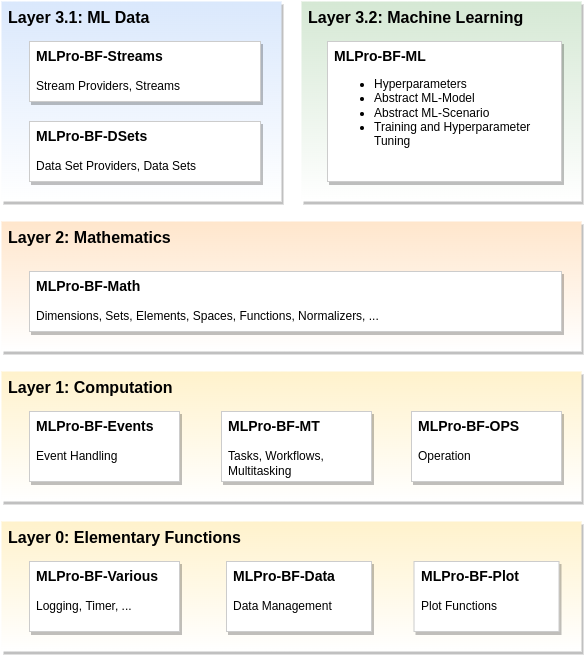
Earlier version of the draw.io export doc/rtd/content/bf/images/MLPro-BF_Overview.drawio.png (fhswf/MLPro). Source tidied: cells renumbered, new cells last; positions are measured from the earlier drawing's top-left corner, leaving out a move shared by most shapes. Source of this version:
```xml
<mxGraphModel>
  <root>
    <mxCell id="0" />
    <mxCell id="1" parent="0" />
    <mxCell id="2" value="Layer 0: Elementary Functions" style="rounded=0;whiteSpace=wrap;html=1;shadow=1;glass=0;fontSize=16;align=left;labelPosition=center;verticalLabelPosition=middle;verticalAlign=top;spacingLeft=5;fontStyle=1;strokeColor=none;fillColor=#fff2cc;strokeWidth=1;fontFamily=Helvetica;gradientColor=#FFFFFF;" parent="1" vertex="1">
      <mxGeometry y="520" width="580" height="130" as="geometry" />
    </mxCell>
    <mxCell id="3" value="Layer 3.2: Machine Learning" style="rounded=0;whiteSpace=wrap;html=1;shadow=1;glass=0;fontSize=16;align=left;labelPosition=center;verticalLabelPosition=middle;verticalAlign=top;spacingLeft=5;spacingRight=5;fontStyle=1;fillColor=#d5e8d4;strokeColor=none;gradientColor=#FFFFFF;strokeWidth=1;" parent="1" vertex="1">
      <mxGeometry x="300" width="280" height="200" as="geometry" />
    </mxCell>
    <mxCell id="4" value="Layer 3.1: ML Data" style="rounded=0;whiteSpace=wrap;html=1;shadow=1;glass=0;fontSize=16;align=left;labelPosition=center;verticalLabelPosition=middle;verticalAlign=top;spacingLeft=5;spacingRight=5;fontStyle=1;fillColor=#dae8fc;strokeColor=none;strokeWidth=2;gradientColor=#FFFFFF;" parent="1" vertex="1">
      <mxGeometry width="280" height="200" as="geometry" />
    </mxCell>
    <mxCell id="5" value="Layer 2: Mathematics" style="rounded=0;whiteSpace=wrap;html=1;shadow=1;glass=0;fontSize=16;align=left;labelPosition=center;verticalLabelPosition=middle;verticalAlign=top;spacingLeft=5;fontStyle=1;fillColor=#ffe6cc;strokeColor=none;strokeWidth=1;gradientColor=#FFFFFF;" parent="1" vertex="1">
      <mxGeometry y="220" width="580" height="130" as="geometry" />
    </mxCell>
    <mxCell id="6" value="Layer 1: Computation" style="rounded=0;whiteSpace=wrap;html=1;shadow=1;glass=0;fontSize=16;align=left;labelPosition=center;verticalLabelPosition=middle;verticalAlign=top;spacingLeft=5;fontStyle=1;fillColor=#fff2cc;strokeColor=none;strokeWidth=1;gradientColor=#FFFFFF;" parent="1" vertex="1">
      <mxGeometry y="370" width="580" height="130" as="geometry" />
    </mxCell>
    <mxCell id="7" value="&lt;font style=&quot;font-size: 14px;&quot;&gt;MLPro-BF-Various&lt;/font&gt;&lt;br&gt;&lt;span style=&quot;font-weight: normal;&quot;&gt;&lt;br&gt;Logging, Timer, ...&lt;/span&gt;" style="rounded=0;whiteSpace=wrap;html=1;glass=0;shadow=1;align=left;verticalAlign=top;fontStyle=1;spacingLeft=5;strokeColor=#CCCCCC;" parent="1" vertex="1">
      <mxGeometry x="28" y="560" width="150" height="70" as="geometry" />
    </mxCell>
    <mxCell id="8" value="&lt;font style=&quot;font-size: 14px;&quot;&gt;MLPro-BF-Math&lt;br&gt;&lt;/font&gt;&lt;span style=&quot;font-weight: normal;&quot;&gt;&lt;br&gt;Dimensions, Sets, Elements, Spaces, Functions, Normalizers, ...&lt;/span&gt;" style="rounded=0;whiteSpace=wrap;html=1;glass=0;shadow=1;align=left;verticalAlign=top;fontStyle=1;spacingLeft=5;strokeColor=#CCCCCC;" parent="1" vertex="1">
      <mxGeometry x="28" y="270" width="532" height="60" as="geometry" />
    </mxCell>
    <mxCell id="9" value="&lt;font style=&quot;font-size: 14px;&quot;&gt;MLPro-BF-Events&lt;/font&gt;&lt;br&gt;&lt;br&gt;&lt;span style=&quot;font-weight: normal;&quot;&gt;Event Handling&lt;/span&gt;" style="rounded=0;whiteSpace=wrap;html=1;glass=0;shadow=1;align=left;verticalAlign=top;fontStyle=1;spacingLeft=5;strokeColor=#CCCCCC;" parent="1" vertex="1">
      <mxGeometry x="28" y="410" width="150" height="70" as="geometry" />
    </mxCell>
    <mxCell id="10" value="&lt;font style=&quot;font-size: 14px;&quot;&gt;MLPro-BF-MT &lt;/font&gt;&lt;br&gt;&lt;br&gt;&lt;span style=&quot;font-weight: normal;&quot;&gt;Tasks, Workflows, Multitasking&amp;nbsp;&lt;/span&gt;" style="rounded=0;whiteSpace=wrap;html=1;glass=0;shadow=1;align=left;verticalAlign=top;fontStyle=1;spacingLeft=5;strokeColor=#CCCCCC;" parent="1" vertex="1">
      <mxGeometry x="220" y="410" width="150" height="70" as="geometry" />
    </mxCell>
    <mxCell id="11" value="&lt;font style=&quot;font-size: 14px;&quot;&gt;MLPro-BF-Streams&lt;/font&gt;&lt;br&gt;&lt;br&gt;&lt;span style=&quot;font-weight: normal;&quot;&gt;Stream Providers, Streams&lt;/span&gt;" style="rounded=0;whiteSpace=wrap;html=1;glass=0;shadow=1;align=left;verticalAlign=top;fontStyle=1;spacingLeft=5;strokeColor=#CCCCCC;" parent="1" vertex="1">
      <mxGeometry x="28" y="40" width="231" height="60" as="geometry" />
    </mxCell>
    <mxCell id="12" value="&lt;font style=&quot;font-size: 14px;&quot;&gt;MLPro-BF-Data&lt;/font&gt;&lt;br&gt;&lt;span style=&quot;font-weight: normal;&quot;&gt;&lt;br&gt;Data Management&lt;/span&gt;" style="rounded=0;whiteSpace=wrap;html=1;glass=0;shadow=1;align=left;verticalAlign=top;fontStyle=1;spacingLeft=5;strokeColor=#CCCCCC;" parent="1" vertex="1">
      <mxGeometry x="225" y="560" width="145" height="70" as="geometry" />
    </mxCell>
    <mxCell id="13" value="&lt;font style=&quot;font-size: 14px;&quot;&gt;MLPro-BF-ML&lt;/font&gt;&lt;span style=&quot;background-color: initial; font-weight: normal;&quot;&gt;&lt;br&gt;&lt;ul&gt;&lt;li&gt;&lt;span style=&quot;background-color: initial; font-weight: normal;&quot;&gt;Hyperparameters&lt;/span&gt;&lt;/li&gt;&lt;li&gt;&lt;span style=&quot;background-color: initial; font-weight: normal;&quot;&gt;Abstract ML-Model&lt;/span&gt;&lt;/li&gt;&lt;li&gt;&lt;span style=&quot;background-color: initial; font-weight: normal;&quot;&gt;Abstract ML-Scenario&lt;/span&gt;&lt;/li&gt;&lt;li&gt;&lt;span style=&quot;background-color: initial; font-weight: normal;&quot;&gt;Training and Hyperparameter Tuning&lt;/span&gt;&lt;/li&gt;&lt;/ul&gt;&lt;/span&gt;&lt;blockquote style=&quot;margin: 0 0 0 40px; border: none; padding: 0px;&quot;&gt;&lt;/blockquote&gt;&lt;blockquote style=&quot;margin: 0 0 0 40px; border: none; padding: 0px;&quot;&gt;&lt;/blockquote&gt;" style="rounded=0;whiteSpace=wrap;html=1;glass=0;shadow=1;align=left;verticalAlign=top;fontStyle=1;spacingLeft=5;strokeColor=#CCCCCC;" parent="1" vertex="1">
      <mxGeometry x="326" y="40" width="234" height="140" as="geometry" />
    </mxCell>
    <mxCell id="14" value="&lt;font style=&quot;font-size: 14px;&quot;&gt;MLPro-BF-Plot&lt;/font&gt;&lt;br&gt;&lt;span style=&quot;font-weight: normal;&quot;&gt;&lt;br&gt;Plot Functions&lt;/span&gt;" style="rounded=0;whiteSpace=wrap;html=1;glass=0;shadow=1;align=left;verticalAlign=top;fontStyle=1;spacingLeft=5;strokeColor=#CCCCCC;" parent="1" vertex="1">
      <mxGeometry x="412.5" y="560" width="145" height="70" as="geometry" />
    </mxCell>
    <mxCell id="15" value="&lt;font style=&quot;font-size: 14px;&quot;&gt;MLPro-BF-DSets&lt;/font&gt;&lt;br&gt;&lt;br&gt;&lt;span style=&quot;font-weight: normal;&quot;&gt;Data Set Providers, Data Sets&lt;/span&gt;" style="rounded=0;whiteSpace=wrap;html=1;glass=0;shadow=1;align=left;verticalAlign=top;fontStyle=1;spacingLeft=5;strokeColor=#CCCCCC;" parent="1" vertex="1">
      <mxGeometry x="28" y="120" width="231" height="60" as="geometry" />
    </mxCell>
    <mxCell id="16" value="&lt;span style=&quot;font-size: 14px;&quot;&gt;MLPro-BF-OPS&lt;br&gt;&lt;/span&gt;&lt;br&gt;&lt;span style=&quot;font-weight: normal;&quot;&gt;Operation&lt;/span&gt;" style="rounded=0;whiteSpace=wrap;html=1;glass=0;shadow=1;align=left;verticalAlign=top;fontStyle=1;spacingLeft=5;strokeColor=#CCCCCC;" parent="1" vertex="1">
      <mxGeometry x="410" y="410" width="150" height="70" as="geometry" />
    </mxCell>
  </root>
</mxGraphModel>
```
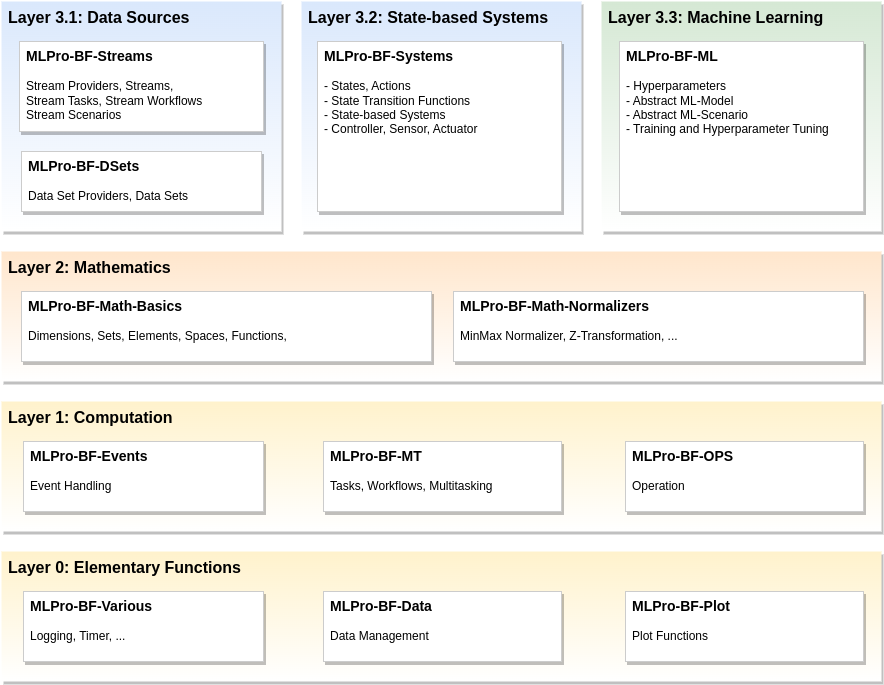
The same diagram one commit later.

Commit message:
ReadTheDocs - Basic Functions #149

What changed in the source:
```diff
@@ -3,49 +3,58 @@
     <mxCell id="0" />
     <mxCell id="1" parent="0" />
     <mxCell id="2" value="Layer 0: Elementary Functions" style="rounded=0;whiteSpace=wrap;html=1;shadow=1;glass=0;fontSize=16;align=left;labelPosition=center;verticalLabelPosition=middle;verticalAlign=top;spacingLeft=5;fontStyle=1;strokeColor=none;fillColor=#fff2cc;strokeWidth=1;fontFamily=Helvetica;gradientColor=#FFFFFF;" parent="1" vertex="1">
-      <mxGeometry y="520" width="580" height="130" as="geometry" />
+      <mxGeometry y="520" width="880" height="130" as="geometry" />
     </mxCell>
-    <mxCell id="3" value="Layer 3.2: Machine Learning" style="rounded=0;whiteSpace=wrap;html=1;shadow=1;glass=0;fontSize=16;align=left;labelPosition=center;verticalLabelPosition=middle;verticalAlign=top;spacingLeft=5;spacingRight=5;fontStyle=1;fillColor=#d5e8d4;strokeColor=none;gradientColor=#FFFFFF;strokeWidth=1;" parent="1" vertex="1">
-      <mxGeometry x="300" width="280" height="200" as="geometry" />
-    </mxCell>
-    <mxCell id="4" value="Layer 3.1: ML Data" style="rounded=0;whiteSpace=wrap;html=1;shadow=1;glass=0;fontSize=16;align=left;labelPosition=center;verticalLabelPosition=middle;verticalAlign=top;spacingLeft=5;spacingRight=5;fontStyle=1;fillColor=#dae8fc;strokeColor=none;strokeWidth=2;gradientColor=#FFFFFF;" parent="1" vertex="1">
-      <mxGeometry width="280" height="200" as="geometry" />
+    <mxCell id="4" value="Layer 3.1: Data Sources" style="rounded=0;whiteSpace=wrap;html=1;shadow=1;glass=0;fontSize=16;align=left;labelPosition=center;verticalLabelPosition=middle;verticalAlign=top;spacingLeft=5;spacingRight=5;fontStyle=1;fillColor=#dae8fc;strokeColor=none;strokeWidth=2;gradientColor=#FFFFFF;" parent="1" vertex="1">
+      <mxGeometry y="-30" width="280" height="230" as="geometry" />
     </mxCell>
     <mxCell id="5" value="Layer 2: Mathematics" style="rounded=0;whiteSpace=wrap;html=1;shadow=1;glass=0;fontSize=16;align=left;labelPosition=center;verticalLabelPosition=middle;verticalAlign=top;spacingLeft=5;fontStyle=1;fillColor=#ffe6cc;strokeColor=none;strokeWidth=1;gradientColor=#FFFFFF;" parent="1" vertex="1">
-      <mxGeometry y="220" width="580" height="130" as="geometry" />
+      <mxGeometry y="220" width="880" height="130" as="geometry" />
     </mxCell>
     <mxCell id="6" value="Layer 1: Computation" style="rounded=0;whiteSpace=wrap;html=1;shadow=1;glass=0;fontSize=16;align=left;labelPosition=center;verticalLabelPosition=middle;verticalAlign=top;spacingLeft=5;fontStyle=1;fillColor=#fff2cc;strokeColor=none;strokeWidth=1;gradientColor=#FFFFFF;" parent="1" vertex="1">
-      <mxGeometry y="370" width="580" height="130" as="geometry" />
+      <mxGeometry y="370" width="880" height="130" as="geometry" />
     </mxCell>
     <mxCell id="7" value="&lt;font style=&quot;font-size: 14px;&quot;&gt;MLPro-BF-Various&lt;/font&gt;&lt;br&gt;&lt;span style=&quot;font-weight: normal;&quot;&gt;&lt;br&gt;Logging, Timer, ...&lt;/span&gt;" style="rounded=0;whiteSpace=wrap;html=1;glass=0;shadow=1;align=left;verticalAlign=top;fontStyle=1;spacingLeft=5;strokeColor=#CCCCCC;" parent="1" vertex="1">
-      <mxGeometry x="28" y="560" width="150" height="70" as="geometry" />
+      <mxGeometry x="22" y="560" width="240" height="70" as="geometry" />
     </mxCell>
-    <mxCell id="8" value="&lt;font style=&quot;font-size: 14px;&quot;&gt;MLPro-BF-Math&lt;br&gt;&lt;/font&gt;&lt;span style=&quot;font-weight: normal;&quot;&gt;&lt;br&gt;Dimensions, Sets, Elements, Spaces, Functions, Normalizers, ...&lt;/span&gt;" style="rounded=0;whiteSpace=wrap;html=1;glass=0;shadow=1;align=left;verticalAlign=top;fontStyle=1;spacingLeft=5;strokeColor=#CCCCCC;" parent="1" vertex="1">
-      <mxGeometry x="28" y="270" width="532" height="60" as="geometry" />
+    <mxCell id="8" value="&lt;font style=&quot;font-size: 14px;&quot;&gt;MLPro-BF-Math-Basics&lt;br&gt;&lt;/font&gt;&lt;span style=&quot;font-weight: normal;&quot;&gt;&lt;br&gt;Dimensions, Sets, Elements, Spaces, Functions,&amp;nbsp;&lt;/span&gt;" style="rounded=0;whiteSpace=wrap;html=1;glass=0;shadow=1;align=left;verticalAlign=top;fontStyle=1;spacingLeft=5;strokeColor=#CCCCCC;" parent="1" vertex="1">
+      <mxGeometry x="20" y="260" width="410" height="70" as="geometry" />
     </mxCell>
     <mxCell id="9" value="&lt;font style=&quot;font-size: 14px;&quot;&gt;MLPro-BF-Events&lt;/font&gt;&lt;br&gt;&lt;br&gt;&lt;span style=&quot;font-weight: normal;&quot;&gt;Event Handling&lt;/span&gt;" style="rounded=0;whiteSpace=wrap;html=1;glass=0;shadow=1;align=left;verticalAlign=top;fontStyle=1;spacingLeft=5;strokeColor=#CCCCCC;" parent="1" vertex="1">
-      <mxGeometry x="28" y="410" width="150" height="70" as="geometry" />
+      <mxGeometry x="22" y="410" width="240" height="70" as="geometry" />
     </mxCell>
     <mxCell id="10" value="&lt;font style=&quot;font-size: 14px;&quot;&gt;MLPro-BF-MT &lt;/font&gt;&lt;br&gt;&lt;br&gt;&lt;span style=&quot;font-weight: normal;&quot;&gt;Tasks, Workflows, Multitasking&amp;nbsp;&lt;/span&gt;" style="rounded=0;whiteSpace=wrap;html=1;glass=0;shadow=1;align=left;verticalAlign=top;fontStyle=1;spacingLeft=5;strokeColor=#CCCCCC;" parent="1" vertex="1">
-      <mxGeometry x="220" y="410" width="150" height="70" as="geometry" />
+      <mxGeometry x="322" y="410" width="238" height="70" as="geometry" />
     </mxCell>
-    <mxCell id="11" value="&lt;font style=&quot;font-size: 14px;&quot;&gt;MLPro-BF-Streams&lt;/font&gt;&lt;br&gt;&lt;br&gt;&lt;span style=&quot;font-weight: normal;&quot;&gt;Stream Providers, Streams&lt;/span&gt;" style="rounded=0;whiteSpace=wrap;html=1;glass=0;shadow=1;align=left;verticalAlign=top;fontStyle=1;spacingLeft=5;strokeColor=#CCCCCC;" parent="1" vertex="1">
-      <mxGeometry x="28" y="40" width="231" height="60" as="geometry" />
+    <mxCell id="11" value="&lt;font style=&quot;font-size: 14px;&quot;&gt;MLPro-BF-Streams&lt;/font&gt;&lt;br&gt;&lt;br&gt;&lt;span style=&quot;font-weight: normal;&quot;&gt;Stream Providers, Streams,&lt;br&gt;Stream Tasks, Stream Workflows&lt;br&gt;Stream Scenarios&lt;br&gt;&lt;/span&gt;" style="rounded=0;whiteSpace=wrap;html=1;glass=0;shadow=1;align=left;verticalAlign=top;fontStyle=1;spacingLeft=5;strokeColor=#CCCCCC;" parent="1" vertex="1">
+      <mxGeometry x="18" y="10" width="244" height="90" as="geometry" />
     </mxCell>
     <mxCell id="12" value="&lt;font style=&quot;font-size: 14px;&quot;&gt;MLPro-BF-Data&lt;/font&gt;&lt;br&gt;&lt;span style=&quot;font-weight: normal;&quot;&gt;&lt;br&gt;Data Management&lt;/span&gt;" style="rounded=0;whiteSpace=wrap;html=1;glass=0;shadow=1;align=left;verticalAlign=top;fontStyle=1;spacingLeft=5;strokeColor=#CCCCCC;" parent="1" vertex="1">
-      <mxGeometry x="225" y="560" width="145" height="70" as="geometry" />
+      <mxGeometry x="322" y="560" width="238" height="70" as="geometry" />
     </mxCell>
-    <mxCell id="13" value="&lt;font style=&quot;font-size: 14px;&quot;&gt;MLPro-BF-ML&lt;/font&gt;&lt;span style=&quot;background-color: initial; font-weight: normal;&quot;&gt;&lt;br&gt;&lt;ul&gt;&lt;li&gt;&lt;span style=&quot;background-color: initial; font-weight: normal;&quot;&gt;Hyperparameters&lt;/span&gt;&lt;/li&gt;&lt;li&gt;&lt;span style=&quot;background-color: initial; font-weight: normal;&quot;&gt;Abstract ML-Model&lt;/span&gt;&lt;/li&gt;&lt;li&gt;&lt;span style=&quot;background-color: initial; font-weight: normal;&quot;&gt;Abstract ML-Scenario&lt;/span&gt;&lt;/li&gt;&lt;li&gt;&lt;span style=&quot;background-color: initial; font-weight: normal;&quot;&gt;Training and Hyperparameter Tuning&lt;/span&gt;&lt;/li&gt;&lt;/ul&gt;&lt;/span&gt;&lt;blockquote style=&quot;margin: 0 0 0 40px; border: none; padding: 0px;&quot;&gt;&lt;/blockquote&gt;&lt;blockquote style=&quot;margin: 0 0 0 40px; border: none; padding: 0px;&quot;&gt;&lt;/blockquote&gt;" style="rounded=0;whiteSpace=wrap;html=1;glass=0;shadow=1;align=left;verticalAlign=top;fontStyle=1;spacingLeft=5;strokeColor=#CCCCCC;" parent="1" vertex="1">
-      <mxGeometry x="326" y="40" width="234" height="140" as="geometry" />
-    </mxCell>
     <mxCell id="14" value="&lt;font style=&quot;font-size: 14px;&quot;&gt;MLPro-BF-Plot&lt;/font&gt;&lt;br&gt;&lt;span style=&quot;font-weight: normal;&quot;&gt;&lt;br&gt;Plot Functions&lt;/span&gt;" style="rounded=0;whiteSpace=wrap;html=1;glass=0;shadow=1;align=left;verticalAlign=top;fontStyle=1;spacingLeft=5;strokeColor=#CCCCCC;" parent="1" vertex="1">
-      <mxGeometry x="412.5" y="560" width="145" height="70" as="geometry" />
+      <mxGeometry x="624" y="560" width="238" height="70" as="geometry" />
     </mxCell>
+    <mxCell id="17" value="Layer 3.2: State-based Systems" style="rounded=0;whiteSpace=wrap;html=1;shadow=1;glass=0;fontSize=16;align=left;labelPosition=center;verticalLabelPosition=middle;verticalAlign=top;spacingLeft=5;spacingRight=5;fontStyle=1;fillColor=#dae8fc;strokeColor=none;strokeWidth=2;gradientColor=#FFFFFF;" parent="1" vertex="1">
+      <mxGeometry x="300" y="-30" width="280" height="230" as="geometry" />
+    </mxCell>
-    <mxCell id="15" value="&lt;font style=&quot;font-size: 14px;&quot;&gt;MLPro-BF-DSets&lt;/font&gt;&lt;br&gt;&lt;br&gt;&lt;span style=&quot;font-weight: normal;&quot;&gt;Data Set Providers, Data Sets&lt;/span&gt;" style="rounded=0;whiteSpace=wrap;html=1;glass=0;shadow=1;align=left;verticalAlign=top;fontStyle=1;spacingLeft=5;strokeColor=#CCCCCC;" parent="1" vertex="1">
-      <mxGeometry x="28" y="120" width="231" height="60" as="geometry" />
+    <mxCell id="15" value="&lt;font style=&quot;font-size: 14px;&quot;&gt;MLPro-BF-DSets&amp;nbsp;&lt;/font&gt;&lt;br&gt;&lt;br&gt;&lt;span style=&quot;font-weight: normal;&quot;&gt;Data Set Providers, Data Sets&lt;/span&gt;" style="rounded=0;whiteSpace=wrap;html=1;glass=0;shadow=1;align=left;verticalAlign=top;fontStyle=1;spacingLeft=5;strokeColor=#CCCCCC;" parent="1" vertex="1">
+      <mxGeometry x="20" y="120" width="240" height="60" as="geometry" />
     </mxCell>
     <mxCell id="16" value="&lt;span style=&quot;font-size: 14px;&quot;&gt;MLPro-BF-OPS&lt;br&gt;&lt;/span&gt;&lt;br&gt;&lt;span style=&quot;font-weight: normal;&quot;&gt;Operation&lt;/span&gt;" style="rounded=0;whiteSpace=wrap;html=1;glass=0;shadow=1;align=left;verticalAlign=top;fontStyle=1;spacingLeft=5;strokeColor=#CCCCCC;" parent="1" vertex="1">
-      <mxGeometry x="410" y="410" width="150" height="70" as="geometry" />
+      <mxGeometry x="624" y="410" width="238" height="70" as="geometry" />
     </mxCell>
+    <mxCell id="18" value="&lt;font style=&quot;font-size: 14px;&quot;&gt;MLPro-BF-Systems&lt;br&gt;&lt;/font&gt;&lt;span style=&quot;font-weight: normal;&quot;&gt;&lt;br&gt;- States, Actions&lt;br&gt;- State Transition Functions&lt;br&gt;- State-based Systems&lt;br&gt;- Controller, Sensor, Actuator&lt;br&gt;&lt;/span&gt;" style="rounded=0;whiteSpace=wrap;html=1;glass=0;shadow=1;align=left;verticalAlign=top;fontStyle=1;spacingLeft=5;strokeColor=#CCCCCC;" parent="1" vertex="1">
+      <mxGeometry x="316" y="10" width="244" height="170" as="geometry" />
+    </mxCell>
+    <mxCell id="19" value="Layer 3.3: Machine Learning" style="rounded=0;whiteSpace=wrap;html=1;shadow=1;glass=0;fontSize=16;align=left;labelPosition=center;verticalLabelPosition=middle;verticalAlign=top;spacingLeft=5;spacingRight=5;fontStyle=1;fillColor=#d5e8d4;strokeColor=none;strokeWidth=2;gradientColor=#FFFFFF;" parent="1" vertex="1">
+      <mxGeometry x="600" y="-30" width="280" height="230" as="geometry" />
+    </mxCell>
+    <mxCell id="13" value="&lt;font style=&quot;font-size: 14px;&quot;&gt;MLPro-BF-ML&lt;/font&gt;&lt;span style=&quot;background-color: initial; font-weight: normal;&quot;&gt;&lt;br&gt;&lt;/span&gt;&lt;span style=&quot;background-color: initial; font-weight: normal;&quot;&gt;&lt;br&gt;- Hyperparameters&lt;/span&gt;&lt;span style=&quot;background-color: initial; font-weight: normal;&quot;&gt;&lt;br&gt;&lt;/span&gt;&lt;span style=&quot;background-color: initial; font-weight: normal;&quot;&gt;- Abstract ML-Model&lt;/span&gt;&lt;span style=&quot;background-color: initial; font-weight: normal;&quot;&gt;&lt;br&gt;&lt;/span&gt;&lt;span style=&quot;background-color: initial; font-weight: normal;&quot;&gt;- Abstract ML-Scenario&lt;/span&gt;&lt;span style=&quot;background-color: initial; font-weight: normal;&quot;&gt;&lt;br&gt;&lt;/span&gt;&lt;span style=&quot;background-color: initial; font-weight: normal;&quot;&gt;- Training and Hyperparameter Tuning&lt;/span&gt;&lt;span style=&quot;background-color: initial; font-weight: normal;&quot;&gt;&lt;br&gt;&lt;/span&gt;&lt;blockquote style=&quot;margin: 0 0 0 40px; border: none; padding: 0px;&quot;&gt;&lt;/blockquote&gt;&lt;blockquote style=&quot;margin: 0 0 0 40px; border: none; padding: 0px;&quot;&gt;&lt;/blockquote&gt;" style="rounded=0;whiteSpace=wrap;html=1;glass=0;shadow=1;align=left;verticalAlign=top;fontStyle=1;spacingLeft=5;strokeColor=#CCCCCC;" parent="1" vertex="1">
+      <mxGeometry x="618" y="10" width="244" height="170" as="geometry" />
+    </mxCell>
+    <mxCell id="20" value="&lt;font style=&quot;font-size: 14px;&quot;&gt;MLPro-BF-Math-Normalizers&lt;br&gt;&lt;/font&gt;&lt;span style=&quot;font-weight: normal;&quot;&gt;&lt;br&gt;MinMax Normalizer, Z-Transformation, ...&lt;/span&gt;" style="rounded=0;whiteSpace=wrap;html=1;glass=0;shadow=1;align=left;verticalAlign=top;fontStyle=1;spacingLeft=5;strokeColor=#CCCCCC;" parent="1" vertex="1">
+      <mxGeometry x="452" y="260" width="410" height="70" as="geometry" />
+    </mxCell>
   </root>
 </mxGraphModel>
```
